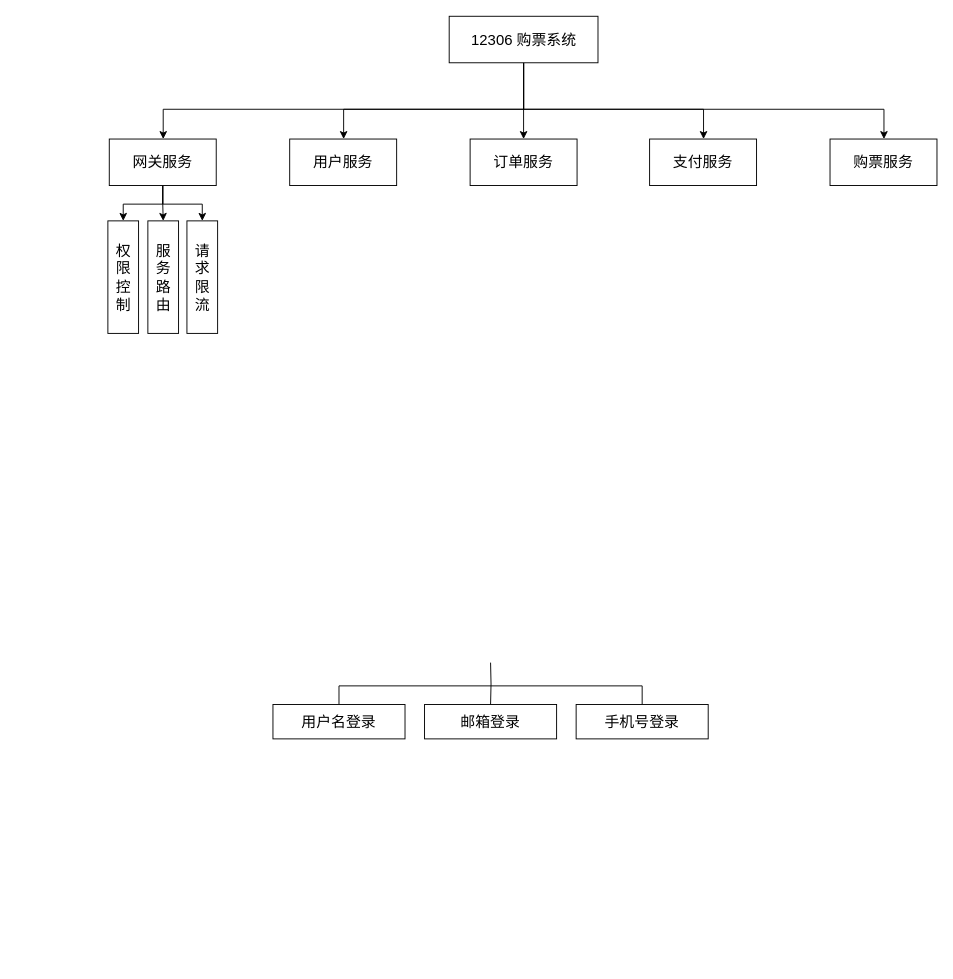
The draw.io diagram 12306毕设.drawio in Ocsio/draw-io, before the edit. Source tidied: cells renumbered, new cells numbered last; positions are measured from the earlier drawing's top-left corner, leaving out a move shared by most shapes. Both pictures are drawn from the tidied source at 93%, with x=0, y=0 at pixel (107, 16).
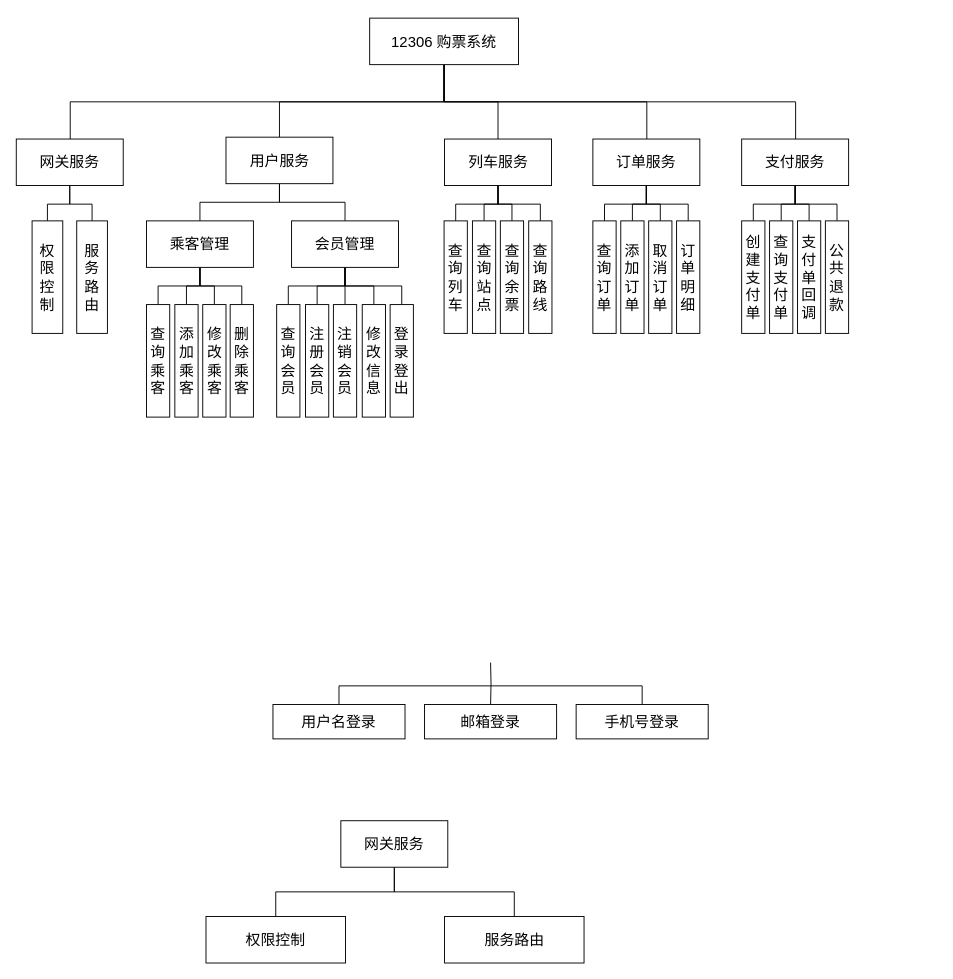
The same diagram, later.

Diff of the diagram source:
```diff
@@
+    <mxCell id="6" style="edgeStyle=orthogonalEdgeStyle;rounded=0;jettySize=auto;html=1;endArrow=none;endFill=0;" parent="1" edge="1" source="7" target="11">
+      <mxGeometry relative="1" as="geometry">
+        <Array as="points">
+          <mxPoint x="362" y="92" />
+          <mxPoint x="-40" y="92" />
+        </Array>
+      </mxGeometry>
+    </mxCell>
+    <mxCell id="3" style="edgeStyle=orthogonalEdgeStyle;rounded=0;jettySize=auto;html=1;endArrow=none;endFill=0;" parent="1" edge="1" source="7" target="20">
+      <mxGeometry relative="1" as="geometry">
+        <Array as="points">
+          <mxPoint x="362" y="92" />
+          <mxPoint x="185" y="92" />
+        </Array>
+      </mxGeometry>
+    </mxCell>
-    <mxCell id="2" style="edgeStyle=orthogonalEdgeStyle;rounded=0;jettySize=auto;html=1;endArrow=classic;endFill=1;" parent="1" edge="1" source="7" target="12">
+    <mxCell id="2" style="edgeStyle=orthogonalEdgeStyle;rounded=0;jettySize=auto;html=1;endArrow=none;endFill=0;" parent="1" edge="1" source="7" target="12">
       <mxGeometry relative="1" as="geometry" />
     </mxCell>
-    <mxCell id="3" style="edgeStyle=orthogonalEdgeStyle;rounded=0;jettySize=auto;html=1;endArrow=classic;endFill=1;" parent="1" edge="1" source="7" target="20">
-      <mxGeometry relative="1" as="geometry">
-        <Array as="points">
-          <mxPoint x="448" y="100" />
-          <mxPoint x="254" y="100" />
-        </Array>
-      </mxGeometry>
-    </mxCell>
-    <mxCell id="4" style="edgeStyle=orthogonalEdgeStyle;rounded=0;jettySize=auto;html=1;endArrow=classic;endFill=1;" parent="1" edge="1" source="7" target="13">
+    <mxCell id="4" style="edgeStyle=orthogonalEdgeStyle;rounded=0;jettySize=auto;html=1;endArrow=none;endFill=0;" parent="1" edge="1" source="7" target="13">
       <mxGeometry relative="1" as="geometry">
         <Array as="points">
-          <mxPoint x="448" y="100" />
-          <mxPoint x="641" y="100" />
+          <mxPoint x="362" y="92" />
+          <mxPoint x="580" y="92" />
         </Array>
       </mxGeometry>
     </mxCell>
-    <mxCell id="5" style="edgeStyle=orthogonalEdgeStyle;rounded=0;jettySize=auto;html=1;" parent="1" edge="1" source="7" target="14">
+    <mxCell id="5" style="edgeStyle=orthogonalEdgeStyle;rounded=0;jettySize=auto;html=1;endArrow=none;endFill=0;" parent="1" edge="1" source="7" target="14">
       <mxGeometry relative="1" as="geometry">
         <Array as="points">
-          <mxPoint x="448" y="100" />
-          <mxPoint x="835" y="100" />
+          <mxPoint x="362" y="92" />
+          <mxPoint x="740" y="92" />
         </Array>
       </mxGeometry>
     </mxCell>
-    <mxCell id="6" style="edgeStyle=orthogonalEdgeStyle;rounded=0;jettySize=auto;html=1;" parent="1" edge="1" source="7" target="11">
-      <mxGeometry relative="1" as="geometry">
-        <Array as="points">
-          <mxPoint x="448" y="100" />
-          <mxPoint x="60" y="100" />
-        </Array>
-      </mxGeometry>
-    </mxCell>
     <mxCell id="7" value="&lt;font style=&quot;font-size: 16px;&quot;&gt;12306 购票系统&lt;/font&gt;" style="rounded=0;whiteSpace=wrap;html=1;" parent="1" vertex="1">
-      <mxGeometry x="367.5" width="160" height="50" as="geometry" />
+      <mxGeometry x="282" y="2" width="160" height="50" as="geometry" />
     </mxCell>
-    <mxCell id="8" style="edgeStyle=orthogonalEdgeStyle;rounded=0;jettySize=auto;html=1;" parent="1" edge="1" source="11" target="22">
+    <mxCell id="8" style="edgeStyle=orthogonalEdgeStyle;rounded=0;jettySize=auto;html=1;endArrow=none;endFill=0;" parent="1" edge="1" source="11" target="22">
       <mxGeometry relative="1" as="geometry" />
     </mxCell>
-    <mxCell id="9" style="edgeStyle=orthogonalEdgeStyle;rounded=0;jettySize=auto;html=1;" parent="1" edge="1" source="11" target="21">
+    <mxCell id="9" style="edgeStyle=orthogonalEdgeStyle;rounded=0;jettySize=auto;html=1;endArrow=none;endFill=0;" parent="1" edge="1" source="11" target="21">
       <mxGeometry relative="1" as="geometry" />
     </mxCell>
-    <mxCell id="10" style="edgeStyle=orthogonalEdgeStyle;rounded=0;jettySize=auto;html=1;" parent="1" edge="1" source="11" target="23">
-      <mxGeometry relative="1" as="geometry" />
-    </mxCell>
     <mxCell id="11" value="&lt;span style=&quot;font-size: 16px;&quot;&gt;网关服务&lt;/span&gt;" style="rounded=0;whiteSpace=wrap;html=1;" parent="1" vertex="1">
-      <mxGeometry x="2" y="132" width="115" height="50" as="geometry" />
+      <mxGeometry x="-98" y="132" width="115" height="50" as="geometry" />
     </mxCell>
+    <mxCell id="24" style="edgeStyle=orthogonalEdgeStyle;rounded=0;jettySize=auto;html=1;endArrow=none;endFill=0;" parent="1" edge="1" source="12" target="58">
+      <mxGeometry relative="1" as="geometry" />
+    </mxCell>
+    <mxCell id="25" style="edgeStyle=orthogonalEdgeStyle;rounded=0;jettySize=auto;html=1;endArrow=none;endFill=0;" parent="1" edge="1" source="12" target="59">
+      <mxGeometry relative="1" as="geometry" />
+    </mxCell>
+    <mxCell id="26" style="edgeStyle=orthogonalEdgeStyle;rounded=0;jettySize=auto;html=1;entryX=0.5;entryY=0;entryDx=0;entryDy=0;endArrow=none;endFill=0;" parent="1" edge="1" source="12" target="60">
+      <mxGeometry relative="1" as="geometry" />
+    </mxCell>
+    <mxCell id="27" style="edgeStyle=orthogonalEdgeStyle;rounded=0;jettySize=auto;html=1;endArrow=none;endFill=0;" parent="1" edge="1" source="12" target="61">
+      <mxGeometry relative="1" as="geometry" />
+    </mxCell>
-    <mxCell id="12" value="&lt;font style=&quot;font-size: 16px;&quot;&gt;订单服务&lt;/font&gt;" style="rounded=0;whiteSpace=wrap;html=1;" parent="1" vertex="1">
-      <mxGeometry x="390" y="132" width="115" height="50" as="geometry" />
+    <mxCell id="12" value="&lt;font style=&quot;font-size: 16px;&quot;&gt;列车服务&lt;/font&gt;" style="rounded=0;whiteSpace=wrap;html=1;" parent="1" vertex="1">
+      <mxGeometry x="362.5" y="132" width="115" height="50" as="geometry" />
     </mxCell>
+    <mxCell id="28" style="edgeStyle=orthogonalEdgeStyle;rounded=0;jettySize=auto;html=1;endArrow=none;endFill=0;" parent="1" edge="1" source="13" target="62">
+      <mxGeometry relative="1" as="geometry" />
+    </mxCell>
+    <mxCell id="29" style="edgeStyle=orthogonalEdgeStyle;rounded=0;jettySize=auto;html=1;endArrow=none;endFill=0;" parent="1" edge="1" source="13" target="63">
+      <mxGeometry relative="1" as="geometry" />
+    </mxCell>
+    <mxCell id="30" style="edgeStyle=orthogonalEdgeStyle;rounded=0;jettySize=auto;html=1;entryX=0.5;entryY=0;entryDx=0;entryDy=0;endArrow=none;endFill=0;" parent="1" edge="1" source="13" target="64">
+      <mxGeometry relative="1" as="geometry" />
+    </mxCell>
+    <mxCell id="31" style="edgeStyle=orthogonalEdgeStyle;rounded=0;jettySize=auto;html=1;entryX=0.5;entryY=0;entryDx=0;entryDy=0;endArrow=none;endFill=0;" parent="1" edge="1" source="13" target="65">
+      <mxGeometry relative="1" as="geometry" />
+    </mxCell>
-    <mxCell id="13" value="&lt;font style=&quot;font-size: 16px;&quot;&gt;支付服务&lt;/font&gt;" style="rounded=0;whiteSpace=wrap;html=1;" parent="1" vertex="1">
-      <mxGeometry x="583" y="132" width="115" height="50" as="geometry" />
+    <mxCell id="13" value="&lt;font style=&quot;font-size: 16px;&quot;&gt;订单服务&lt;/font&gt;" style="rounded=0;whiteSpace=wrap;html=1;" parent="1" vertex="1">
+      <mxGeometry x="522" y="132" width="115" height="50" as="geometry" />
     </mxCell>
+    <mxCell id="32" style="edgeStyle=orthogonalEdgeStyle;rounded=0;jettySize=auto;html=1;endArrow=none;endFill=0;" parent="1" edge="1" source="14" target="66">
+      <mxGeometry relative="1" as="geometry" />
+    </mxCell>
+    <mxCell id="33" style="edgeStyle=orthogonalEdgeStyle;rounded=0;jettySize=auto;html=1;endArrow=none;endFill=0;" parent="1" edge="1" source="14" target="67">
+      <mxGeometry relative="1" as="geometry" />
+    </mxCell>
+    <mxCell id="34" style="edgeStyle=orthogonalEdgeStyle;rounded=0;jettySize=auto;html=1;entryX=0.5;entryY=0;entryDx=0;entryDy=0;endArrow=none;endFill=0;" parent="1" edge="1" source="14" target="68">
+      <mxGeometry relative="1" as="geometry" />
+    </mxCell>
+    <mxCell id="35" style="edgeStyle=orthogonalEdgeStyle;rounded=0;jettySize=auto;html=1;endArrow=none;endFill=0;" parent="1" edge="1" source="14" target="69">
+      <mxGeometry relative="1" as="geometry" />
+    </mxCell>
-    <mxCell id="14" value="&lt;font style=&quot;font-size: 16px;&quot;&gt;购票服务&lt;/font&gt;" style="rounded=0;whiteSpace=wrap;html=1;" parent="1" vertex="1">
-      <mxGeometry x="777" y="132" width="115" height="50" as="geometry" />
+    <mxCell id="14" value="&lt;span style=&quot;font-size: 16px;&quot;&gt;支付服务&lt;/span&gt;" style="rounded=0;whiteSpace=wrap;html=1;" parent="1" vertex="1">
+      <mxGeometry x="682" y="132" width="115" height="50" as="geometry" />
     </mxCell>
@@
+    <mxCell id="36" style="edgeStyle=orthogonalEdgeStyle;rounded=0;jettySize=auto;html=1;endArrow=none;endFill=0;" parent="1" edge="1" source="20" target="42">
+      <mxGeometry relative="1" as="geometry" />
+    </mxCell>
+    <mxCell id="37" style="edgeStyle=orthogonalEdgeStyle;rounded=0;jettySize=auto;html=1;endArrow=none;endFill=0;" parent="1" edge="1" source="20" target="48">
+      <mxGeometry relative="1" as="geometry" />
+    </mxCell>
     <mxCell id="20" value="&lt;font style=&quot;font-size: 16px;&quot;&gt;用户服务&lt;/font&gt;" style="rounded=0;whiteSpace=wrap;html=1;" parent="1" vertex="1">
-      <mxGeometry x="196" y="132" width="115" height="50" as="geometry" />
+      <mxGeometry x="127.5" y="130" width="115" height="50" as="geometry" />
     </mxCell>
     <mxCell id="21" value="&lt;span style=&quot;font-size: 16px;&quot;&gt;权限控制&lt;/span&gt;" style="rounded=0;whiteSpace=wrap;html=1;" parent="1" vertex="1">
-      <mxGeometry x="0.5" y="220" width="33" height="121" as="geometry" />
+      <mxGeometry x="-81" y="220" width="33" height="121" as="geometry" />
     </mxCell>
     <mxCell id="22" value="&lt;span style=&quot;font-size: 16px;&quot;&gt;服务路由&lt;/span&gt;" style="rounded=0;whiteSpace=wrap;html=1;" parent="1" vertex="1">
-      <mxGeometry x="43.5" y="220" width="33" height="121" as="geometry" />
+      <mxGeometry x="-33" y="220" width="33" height="121" as="geometry" />
     </mxCell>
-    <mxCell id="23" value="&lt;span style=&quot;font-size: 16px;&quot;&gt;请求限流&lt;/span&gt;" style="rounded=0;whiteSpace=wrap;html=1;" parent="1" vertex="1">
-      <mxGeometry x="85.5" y="220" width="33" height="121" as="geometry" />
-    </mxCell>
+    <mxCell id="38" style="edgeStyle=orthogonalEdgeStyle;rounded=0;jettySize=auto;html=1;entryX=0.5;entryY=0;entryDx=0;entryDy=0;endArrow=none;endFill=0;" parent="1" edge="1" source="42" target="49">
+      <mxGeometry relative="1" as="geometry" />
+    </mxCell>
+    <mxCell id="39" style="edgeStyle=orthogonalEdgeStyle;rounded=0;jettySize=auto;html=1;endArrow=none;endFill=0;" parent="1" edge="1" source="42" target="50">
+      <mxGeometry relative="1" as="geometry" />
+    </mxCell>
+    <mxCell id="40" style="edgeStyle=orthogonalEdgeStyle;rounded=0;jettySize=auto;html=1;endArrow=none;endFill=0;" parent="1" edge="1" source="42" target="51">
+      <mxGeometry relative="1" as="geometry" />
+    </mxCell>
+    <mxCell id="41" style="edgeStyle=orthogonalEdgeStyle;rounded=0;jettySize=auto;html=1;entryX=0.5;entryY=0;entryDx=0;entryDy=0;endArrow=none;endFill=0;" parent="1" edge="1" source="42" target="52">
+      <mxGeometry relative="1" as="geometry" />
+    </mxCell>
+    <mxCell id="42" value="&lt;font style=&quot;font-size: 16px;&quot;&gt;乘客管理&lt;/font&gt;" style="rounded=0;whiteSpace=wrap;html=1;" parent="1" vertex="1">
+      <mxGeometry x="42" y="220" width="115" height="50" as="geometry" />
+    </mxCell>
+    <mxCell id="43" style="edgeStyle=orthogonalEdgeStyle;rounded=0;jettySize=auto;html=1;entryX=0.5;entryY=0;entryDx=0;entryDy=0;endArrow=none;endFill=0;" parent="1" edge="1" source="48" target="53">
+      <mxGeometry relative="1" as="geometry" />
+    </mxCell>
+    <mxCell id="44" style="edgeStyle=orthogonalEdgeStyle;rounded=0;jettySize=auto;html=1;endArrow=none;endFill=0;" parent="1" edge="1" source="48" target="54">
+      <mxGeometry relative="1" as="geometry" />
+    </mxCell>
+    <mxCell id="45" style="edgeStyle=orthogonalEdgeStyle;rounded=0;jettySize=auto;html=1;entryX=0.5;entryY=0;entryDx=0;entryDy=0;endArrow=none;endFill=0;" parent="1" edge="1" source="48" target="55">
+      <mxGeometry relative="1" as="geometry" />
+    </mxCell>
+    <mxCell id="46" style="edgeStyle=orthogonalEdgeStyle;rounded=0;jettySize=auto;html=1;endArrow=none;endFill=0;" parent="1" edge="1" source="48" target="56">
+      <mxGeometry relative="1" as="geometry" />
+    </mxCell>
+    <mxCell id="47" style="edgeStyle=orthogonalEdgeStyle;rounded=0;jettySize=auto;html=1;entryX=0.5;entryY=0;entryDx=0;entryDy=0;endArrow=none;endFill=0;" parent="1" edge="1" source="48" target="57">
+      <mxGeometry relative="1" as="geometry" />
+    </mxCell>
+    <mxCell id="48" value="&lt;font style=&quot;font-size: 16px;&quot;&gt;会员管理&lt;/font&gt;" style="rounded=0;whiteSpace=wrap;html=1;" parent="1" vertex="1">
+      <mxGeometry x="198" y="220" width="115" height="50" as="geometry" />
+    </mxCell>
+    <mxCell id="49" value="&lt;span style=&quot;font-size: 16px;&quot;&gt;查询乘客&lt;/span&gt;" style="rounded=0;whiteSpace=wrap;html=1;" parent="1" vertex="1">
+      <mxGeometry x="42" y="310" width="25" height="121" as="geometry" />
+    </mxCell>
+    <mxCell id="50" value="&lt;span style=&quot;font-size: 16px;&quot;&gt;添加乘客&lt;/span&gt;" style="rounded=0;whiteSpace=wrap;html=1;" parent="1" vertex="1">
+      <mxGeometry x="72.5" y="310" width="25" height="121" as="geometry" />
+    </mxCell>
+    <mxCell id="51" value="&lt;span style=&quot;font-size: 16px;&quot;&gt;修改乘客&lt;/span&gt;" style="rounded=0;whiteSpace=wrap;html=1;" parent="1" vertex="1">
+      <mxGeometry x="102.5" y="310" width="25" height="121" as="geometry" />
+    </mxCell>
+    <mxCell id="52" value="&lt;span style=&quot;font-size: 16px;&quot;&gt;删除乘客&lt;/span&gt;" style="rounded=0;whiteSpace=wrap;html=1;" parent="1" vertex="1">
+      <mxGeometry x="132" y="310" width="25" height="121" as="geometry" />
+    </mxCell>
+    <mxCell id="53" value="&lt;span style=&quot;font-size: 16px;&quot;&gt;查询会员&lt;/span&gt;" style="rounded=0;whiteSpace=wrap;html=1;" parent="1" vertex="1">
+      <mxGeometry x="182" y="310" width="25" height="121" as="geometry" />
+    </mxCell>
+    <mxCell id="54" value="&lt;span style=&quot;font-size: 16px;&quot;&gt;注册会员&lt;/span&gt;" style="rounded=0;whiteSpace=wrap;html=1;" parent="1" vertex="1">
+      <mxGeometry x="213" y="310" width="25" height="121" as="geometry" />
+    </mxCell>
+    <mxCell id="55" value="&lt;span style=&quot;font-size: 16px;&quot;&gt;注销会员&lt;/span&gt;" style="rounded=0;whiteSpace=wrap;html=1;" parent="1" vertex="1">
+      <mxGeometry x="243" y="310" width="25" height="121" as="geometry" />
+    </mxCell>
+    <mxCell id="56" value="&lt;span style=&quot;font-size: 16px;&quot;&gt;修改信息&lt;/span&gt;" style="rounded=0;whiteSpace=wrap;html=1;" parent="1" vertex="1">
+      <mxGeometry x="274" y="310" width="25" height="121" as="geometry" />
+    </mxCell>
+    <mxCell id="57" value="&lt;span style=&quot;font-size: 16px;&quot;&gt;登录登出&lt;/span&gt;" style="rounded=0;whiteSpace=wrap;html=1;" parent="1" vertex="1">
+      <mxGeometry x="304" y="310" width="25" height="121" as="geometry" />
+    </mxCell>
+    <mxCell id="58" value="&lt;span style=&quot;font-size: 16px;&quot;&gt;查询列车&lt;/span&gt;" style="rounded=0;whiteSpace=wrap;html=1;" parent="1" vertex="1">
+      <mxGeometry x="362" y="220" width="25" height="121" as="geometry" />
+    </mxCell>
+    <mxCell id="59" value="&lt;span style=&quot;font-size: 16px;&quot;&gt;查询站点&lt;/span&gt;" style="rounded=0;whiteSpace=wrap;html=1;" parent="1" vertex="1">
+      <mxGeometry x="392.5" y="220" width="25" height="121" as="geometry" />
+    </mxCell>
+    <mxCell id="60" value="&lt;span style=&quot;font-size: 16px;&quot;&gt;查询余票&lt;/span&gt;" style="rounded=0;whiteSpace=wrap;html=1;" parent="1" vertex="1">
+      <mxGeometry x="422.5" y="220" width="25" height="121" as="geometry" />
+    </mxCell>
+    <mxCell id="61" value="&lt;span style=&quot;font-size: 16px;&quot;&gt;查询路线&lt;/span&gt;" style="rounded=0;whiteSpace=wrap;html=1;" parent="1" vertex="1">
+      <mxGeometry x="453" y="220" width="25" height="121" as="geometry" />
+    </mxCell>
+    <mxCell id="62" value="&lt;span style=&quot;font-size: 16px;&quot;&gt;查询订单&lt;/span&gt;" style="rounded=0;whiteSpace=wrap;html=1;" parent="1" vertex="1">
+      <mxGeometry x="522" y="220" width="25" height="121" as="geometry" />
+    </mxCell>
+    <mxCell id="63" value="&lt;span style=&quot;font-size: 16px;&quot;&gt;添加订单&lt;/span&gt;" style="rounded=0;whiteSpace=wrap;html=1;" parent="1" vertex="1">
+      <mxGeometry x="552" y="220" width="25" height="121" as="geometry" />
+    </mxCell>
+    <mxCell id="64" value="&lt;span style=&quot;font-size: 16px;&quot;&gt;取消订单&lt;/span&gt;" style="rounded=0;whiteSpace=wrap;html=1;" parent="1" vertex="1">
+      <mxGeometry x="582" y="220" width="25" height="121" as="geometry" />
+    </mxCell>
+    <mxCell id="65" value="&lt;span style=&quot;font-size: 16px;&quot;&gt;订单明细&lt;/span&gt;" style="rounded=0;whiteSpace=wrap;html=1;" parent="1" vertex="1">
+      <mxGeometry x="612" y="220" width="25" height="121" as="geometry" />
+    </mxCell>
+    <mxCell id="66" value="&lt;span style=&quot;font-size: 16px;&quot;&gt;创建支付单&lt;/span&gt;" style="rounded=0;whiteSpace=wrap;html=1;" parent="1" vertex="1">
+      <mxGeometry x="682" y="220" width="25" height="121" as="geometry" />
+    </mxCell>
+    <mxCell id="67" value="&lt;span style=&quot;font-size: 16px;&quot;&gt;查询支付单&lt;/span&gt;" style="rounded=0;whiteSpace=wrap;html=1;" parent="1" vertex="1">
+      <mxGeometry x="712" y="220" width="25" height="121" as="geometry" />
+    </mxCell>
+    <mxCell id="68" value="&lt;span style=&quot;font-size: 16px;&quot;&gt;支付单回调&lt;/span&gt;" style="rounded=0;whiteSpace=wrap;html=1;" parent="1" vertex="1">
+      <mxGeometry x="742" y="220" width="25" height="121" as="geometry" />
+    </mxCell>
+    <mxCell id="69" value="&lt;span style=&quot;font-size: 16px;&quot;&gt;公共退款&lt;/span&gt;" style="rounded=0;whiteSpace=wrap;html=1;" parent="1" vertex="1">
+      <mxGeometry x="772" y="220" width="25" height="121" as="geometry" />
+    </mxCell>
+    <mxCell id="70" style="edgeStyle=orthogonalEdgeStyle;rounded=0;jettySize=auto;html=1;endArrow=none;endFill=0;" parent="1" edge="1" source="72" target="74">
+      <mxGeometry relative="1" as="geometry" />
+    </mxCell>
+    <mxCell id="71" style="edgeStyle=orthogonalEdgeStyle;rounded=0;jettySize=auto;html=1;endArrow=none;endFill=0;" parent="1" edge="1" source="72" target="73">
+      <mxGeometry relative="1" as="geometry" />
+    </mxCell>
+    <mxCell id="72" value="&lt;span style=&quot;font-size: 16px;&quot;&gt;网关服务&lt;/span&gt;" style="rounded=0;whiteSpace=wrap;html=1;" parent="1" vertex="1">
+      <mxGeometry x="251" y="865" width="115" height="50" as="geometry" />
+    </mxCell>
+    <mxCell id="73" value="&lt;span style=&quot;font-size: 16px;&quot;&gt;权限控制&lt;/span&gt;" style="rounded=0;whiteSpace=wrap;html=1;" parent="1" vertex="1">
+      <mxGeometry x="106" y="968" width="150" height="50" as="geometry" />
+    </mxCell>
+    <mxCell id="74" value="&lt;span style=&quot;font-size: 16px;&quot;&gt;服务路由&lt;/span&gt;" style="rounded=0;whiteSpace=wrap;html=1;" parent="1" vertex="1">
+      <mxGeometry x="362.5" y="968" width="150" height="50" as="geometry" />
+    </mxCell>
```
